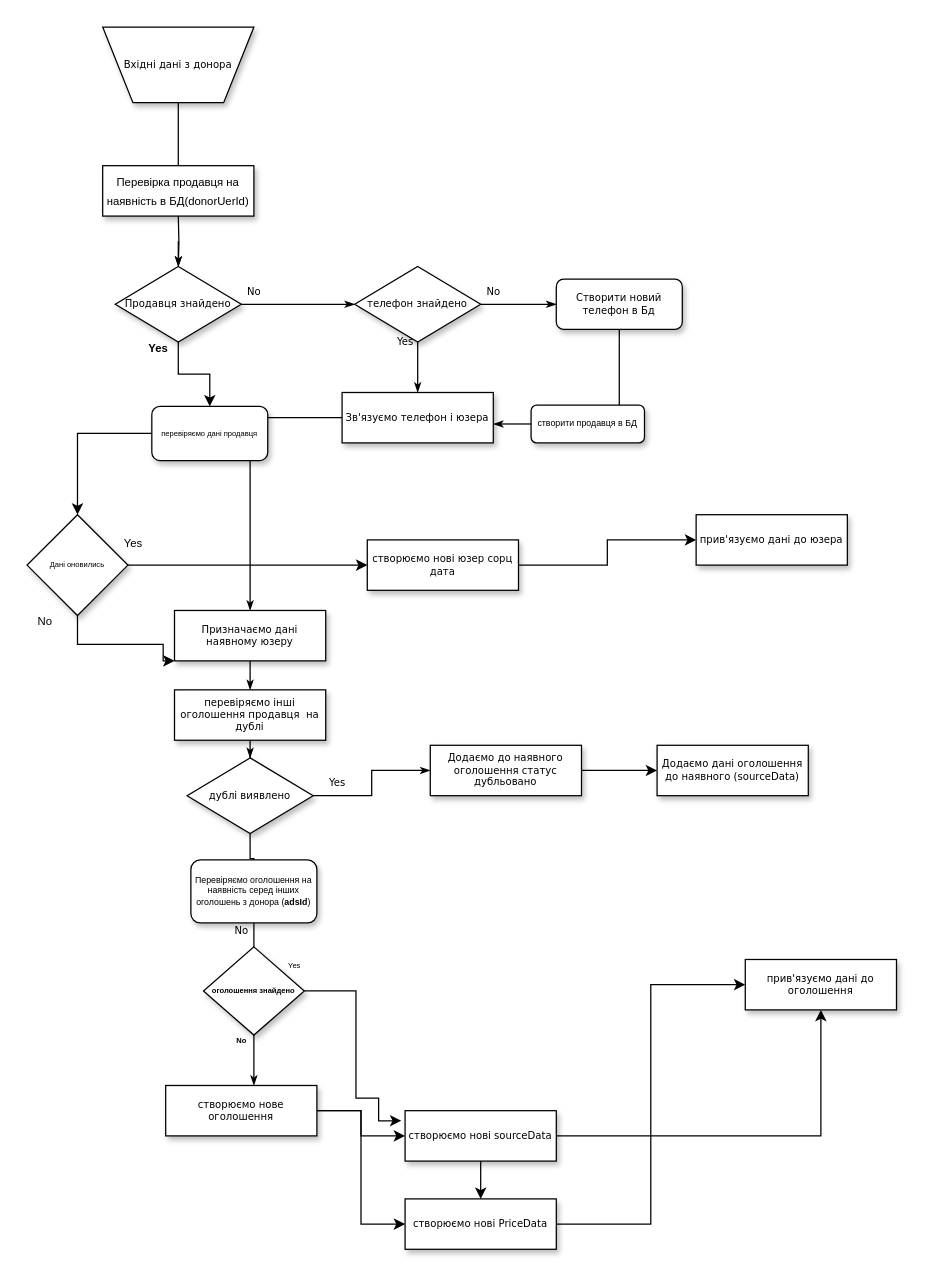
The draw.io diagram Диаграмма без названия.drawio in Dromich/car_dog_diagram, before the edit. Source tidied: cells renumbered, new cells numbered last; positions are measured from the earlier drawing's top-left corner, leaving out a move shared by most shapes. Both pictures are drawn from the tidied source at 126%, with x=0, y=0 at pixel (26, 26).
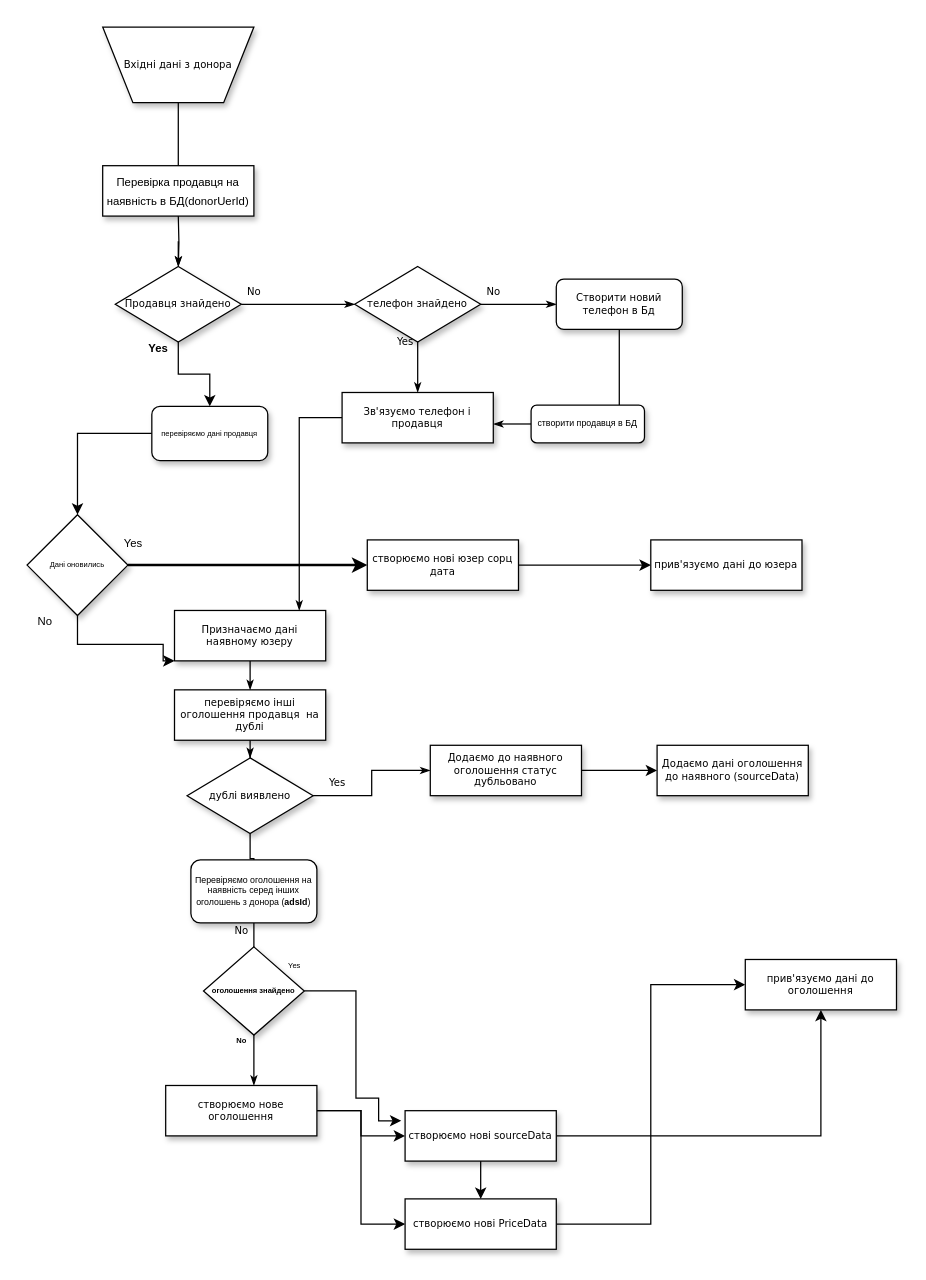
The same diagram, later.

Unchanged cells that the change refers to:
```xml
<mxCell id="16" value="Призначаємо дані наявному юзеру" style="whiteSpace=wrap;html=1;rounded=0;shadow=1;labelBackgroundColor=none;strokeWidth=1;fontFamily=Verdana;fontSize=8;align=center;spacing=6;" parent="1" vertex="1">
  <mxGeometry x="117" y="463" width="120" height="40" as="geometry" />
</mxCell>
<mxCell id="39" value="створюємо нові юзер сорц дата" style="whiteSpace=wrap;html=1;rounded=0;shadow=1;labelBackgroundColor=none;strokeWidth=1;fontFamily=Verdana;fontSize=8;align=center;" parent="1" vertex="1">
  <mxGeometry x="270" y="407" width="120" height="40" as="geometry" />
</mxCell>
<mxCell id="47" value="Дані оновились" style="rhombus;whiteSpace=wrap;html=1;shadow=1;fontSize=6;" parent="1" vertex="1">
  <mxGeometry y="387" width="80" height="80" as="geometry" />
</mxCell>
```

The edit, as a diff of the source:
```diff
@@
     <mxCell id="13" style="edgeStyle=orthogonalEdgeStyle;rounded=0;html=1;labelBackgroundColor=none;startSize=5;endArrow=classicThin;endFill=1;endSize=5;jettySize=auto;strokeWidth=1;fontFamily=Verdana;fontSize=8;" parent="1" edge="1" source="14" target="16">
-      <mxGeometry relative="1" as="geometry" />
+      <mxGeometry relative="1" as="geometry">
+        <Array as="points">
+          <mxPoint x="216" y="310" />
+        </Array>
+      </mxGeometry>
     </mxCell>
-    <mxCell id="14" value="Зв'язуємо телефон і юзера" style="whiteSpace=wrap;html=1;rounded=0;shadow=1;labelBackgroundColor=none;strokeWidth=1;fontFamily=Verdana;fontSize=8;align=center;" parent="1" vertex="1">
+    <mxCell id="14" value="Зв'язуємо телефон і продавця" style="whiteSpace=wrap;html=1;rounded=0;shadow=1;labelBackgroundColor=none;strokeWidth=1;fontFamily=Verdana;fontSize=8;align=center;" parent="1" vertex="1">
       <mxGeometry x="250" y="290" width="120" height="40" as="geometry" />
     </mxCell>
@@
-    <mxCell id="38" style="edgeStyle=orthogonalEdgeStyle;rounded=0;jettySize=auto;html=1;fontSize=7;" parent="1" edge="1" source="39" target="40">
-      <mxGeometry relative="1" as="geometry" />
+    <mxCell id="38" style="edgeStyle=orthogonalEdgeStyle;rounded=0;jettySize=auto;html=1;fontSize=7;" parent="1" edge="1" source="39">
+      <mxGeometry relative="1" as="geometry">
+        <mxPoint x="495" y="427" as="targetPoint" />
+      </mxGeometry>
     </mxCell>
@@
     <mxCell id="40" value="прив'язуємо дані до юзера" style="whiteSpace=wrap;html=1;rounded=0;shadow=1;labelBackgroundColor=none;strokeWidth=1;fontFamily=Verdana;fontSize=8;align=center;" parent="1" vertex="1">
-      <mxGeometry x="531" y="387" width="120" height="40" as="geometry" />
+      <mxGeometry x="495" y="407" width="120" height="40" as="geometry" />
     </mxCell>
@@
-    <mxCell id="45" style="edgeStyle=orthogonalEdgeStyle;rounded=0;jettySize=auto;html=1;fontSize=9;entryX=0;entryY=0.5;entryDx=0;entryDy=0;" parent="1" edge="1" source="47" target="39">
-      <mxGeometry relative="1" as="geometry" />
+    <mxCell id="45" style="edgeStyle=orthogonalEdgeStyle;rounded=0;jettySize=auto;html=1;fontSize=9;entryX=0;entryY=0.5;entryDx=0;entryDy=0;strokeWidth=2;" parent="1" edge="1" source="47" target="39">
+      <mxGeometry relative="1" as="geometry">
+        <Array as="points">
+          <mxPoint x="99" y="427" />
+          <mxPoint x="99" y="427" />
+        </Array>
+      </mxGeometry>
     </mxCell>
```
